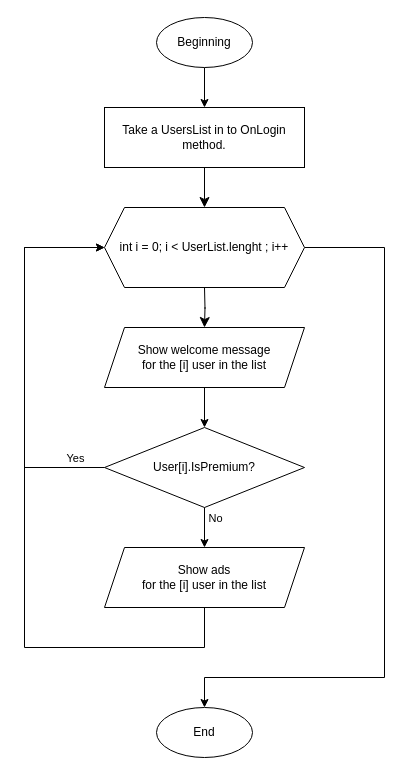
Above: Flow.drawio in keepdream1ng/SkillFactory.Task12_1_5 (draw.io), before the change. Source tidied: cells renumbered, new cells numbered last; positions are measured from the earlier drawing's top-left corner, leaving out a move shared by most shapes. Both pictures are drawn from the tidied source at 100%, with x=0, y=0 at pixel (24, 17).
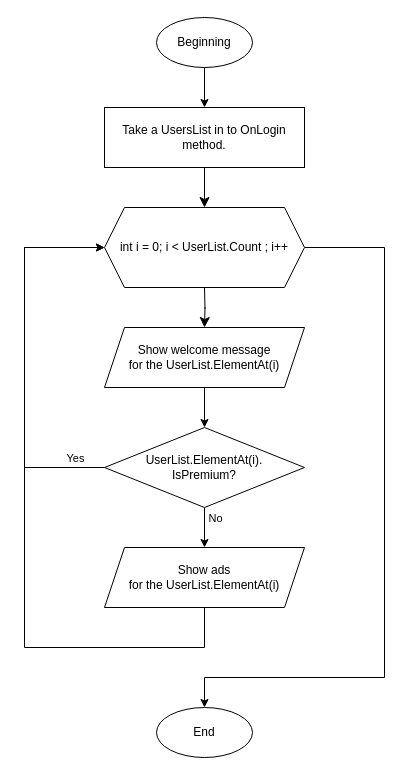
The same diagram, later.

What changed in the source:
```diff
@@
-    <mxCell id="9" value="int i = 0; i &amp;lt; UserList.lenght ; i++" style="shape=hexagon;perimeter=hexagonPerimeter2;whiteSpace=wrap;html=1;fixedSize=1;" parent="1" vertex="1">
+    <mxCell id="9" value="int i = 0; i &amp;lt; UserList.Count ; i++" style="shape=hexagon;perimeter=hexagonPerimeter2;whiteSpace=wrap;html=1;fixedSize=1;" parent="1" vertex="1">
       <mxGeometry x="80" y="190" width="200" height="80" as="geometry" />
     </mxCell>
@@
-    <mxCell id="11" value="&lt;div&gt;Show welcome message&lt;/div&gt;&lt;div&gt;for the [i] user in the list&lt;/div&gt;" style="shape=parallelogram;perimeter=parallelogramPerimeter;whiteSpace=wrap;html=1;fixedSize=1;" parent="1" vertex="1">
+    <mxCell id="11" value="&lt;div&gt;Show welcome message&lt;/div&gt;&lt;div&gt;for the UserList.ElementAt(i)&lt;/div&gt;" style="shape=parallelogram;perimeter=parallelogramPerimeter;whiteSpace=wrap;html=1;fixedSize=1;" parent="1" vertex="1">
       <mxGeometry x="80" y="310" width="200" height="60" as="geometry" />
     </mxCell>
-    <mxCell id="12" value="User[i].IsPremium?" style="rhombus;whiteSpace=wrap;html=1;" parent="1" vertex="1">
+    <mxCell id="12" value="&lt;div&gt;UserList.ElementAt(i).&lt;/div&gt;&lt;div&gt;IsPremium?&lt;/div&gt;" style="rhombus;whiteSpace=wrap;html=1;" parent="1" vertex="1">
       <mxGeometry x="80" y="410" width="200" height="80" as="geometry" />
     </mxCell>
@@
-    <mxCell id="18" value="&lt;div&gt;Show ads&lt;/div&gt;&lt;div&gt;for the [i] user in the list&lt;/div&gt;" style="shape=parallelogram;perimeter=parallelogramPerimeter;whiteSpace=wrap;html=1;fixedSize=1;" parent="1" vertex="1">
+    <mxCell id="18" value="&lt;div&gt;Show ads&lt;/div&gt;&lt;div&gt;for the UserList.ElementAt(i)&lt;/div&gt;" style="shape=parallelogram;perimeter=parallelogramPerimeter;whiteSpace=wrap;html=1;fixedSize=1;" parent="1" vertex="1">
       <mxGeometry x="80" y="530" width="200" height="60" as="geometry" />
     </mxCell>
```
